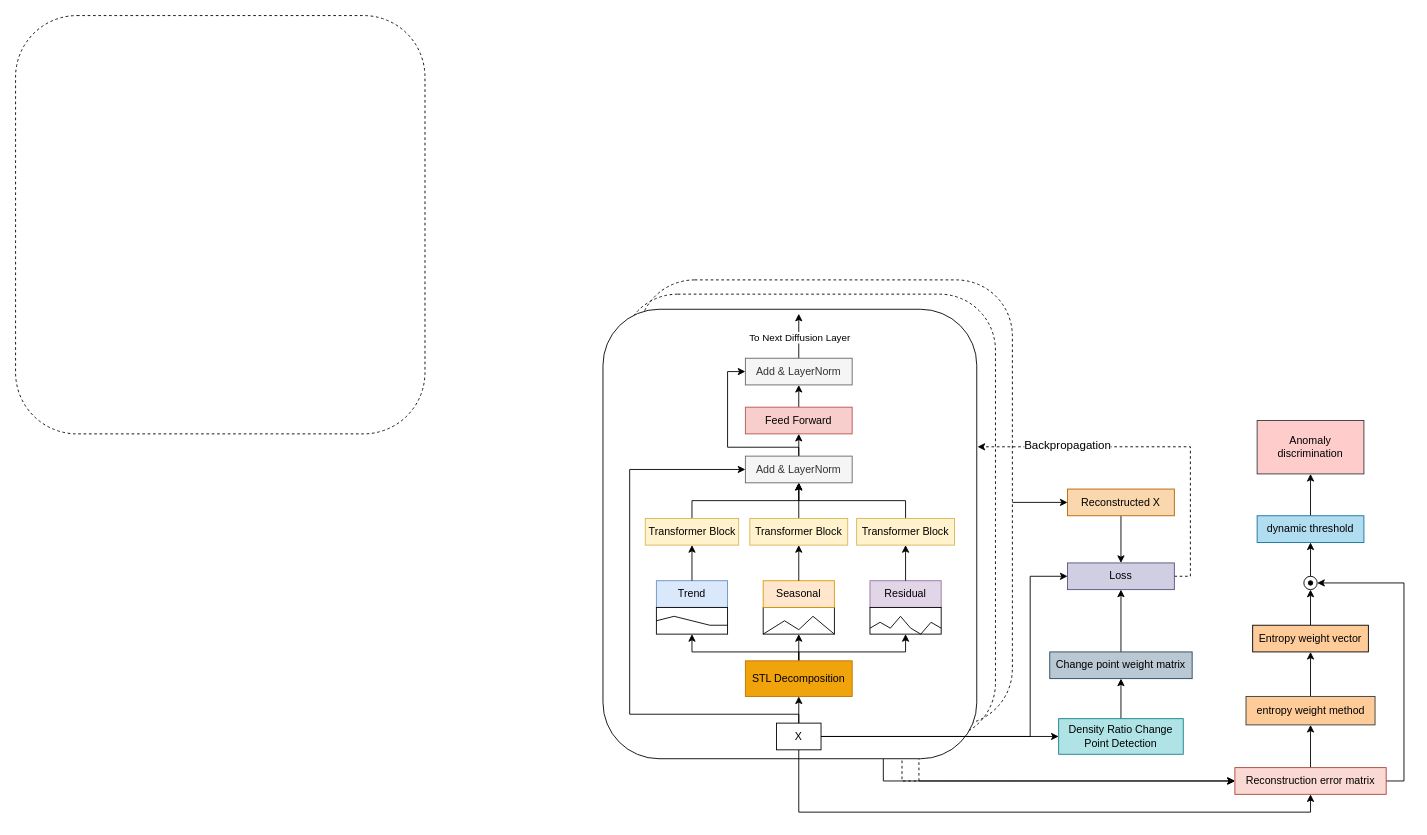
Before: thesis_expe3.drawio in KnightCheng4/Draw, a draw.io diagram. Source tidied: cells renumbered, new cells numbered last; positions are measured from the earlier drawing's top-left corner, leaving out a move shared by most shapes. Both pictures are drawn from the tidied source at 89%, with x=0, y=0 at pixel (15, 15).
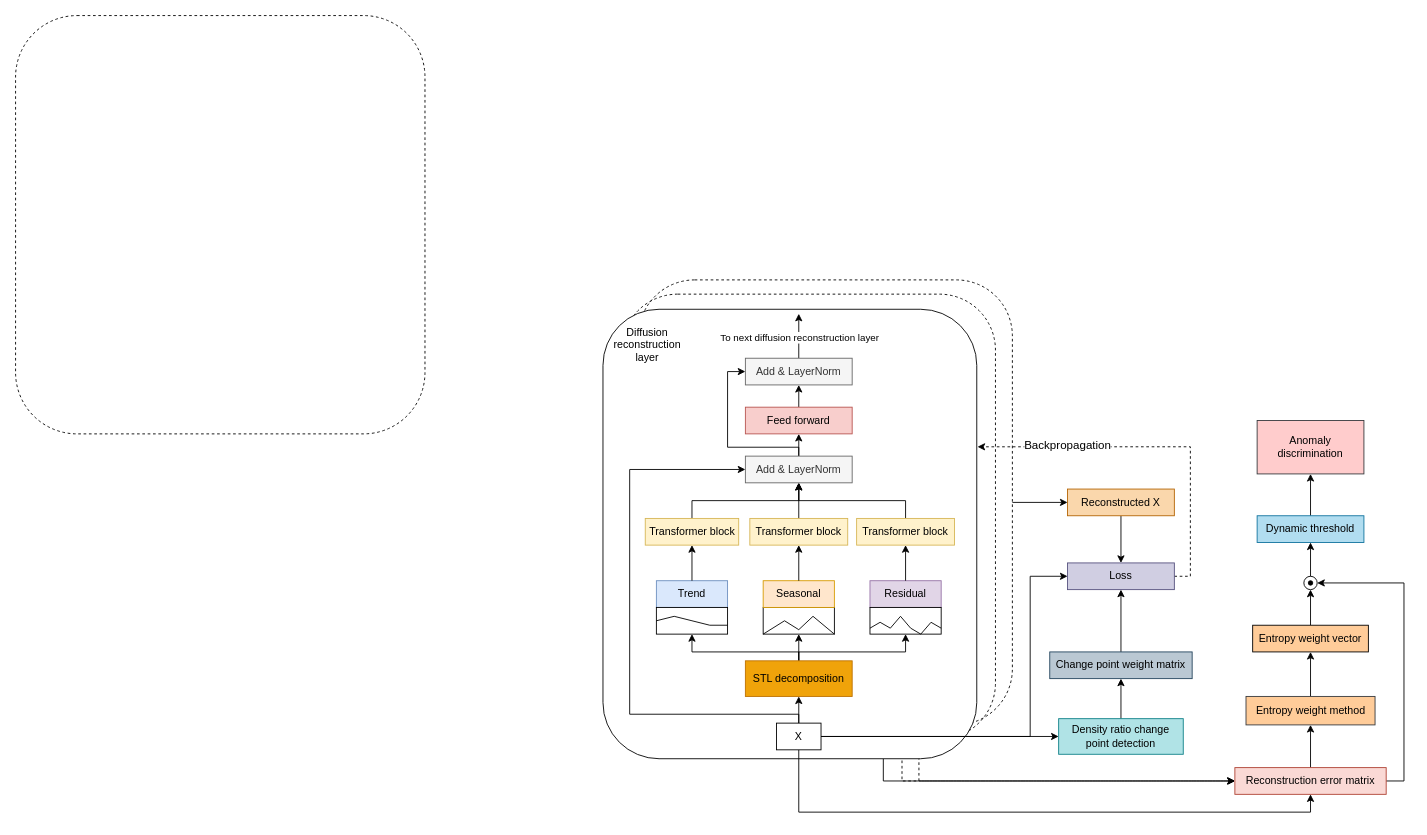
Above is the later version.

The change refers to these unchanged cells:
```xml
<mxCell id="34" style="edgeStyle=orthogonalEdgeStyle;rounded=0;jettySize=auto;html=1;exitX=0.5;exitY=0;exitDx=0;exitDy=0;" parent="1" edge="1" source="36">
  <mxGeometry relative="1" as="geometry">
    <mxPoint x="880" y="335" as="targetPoint" />
  </mxGeometry>
</mxCell>
```

What changed in the source:
```diff
@@
-    <mxCell id="18" value="STL Decomposition" style="rounded=0;whiteSpace=wrap;html=1;fillColor=#f0a30a;strokeColor=#BD7000;fontColor=#000000;" parent="1" vertex="1">
+    <mxCell id="18" value="STL decomposition" style="rounded=0;whiteSpace=wrap;html=1;fillColor=#f0a30a;strokeColor=#BD7000;fontColor=#000000;" parent="1" vertex="1">
       <mxGeometry x="820" y="725" width="120" height="40" as="geometry" />
     </mxCell>
@@
-    <mxCell id="20" value="Transformer Block" style="rounded=0;whiteSpace=wrap;html=1;fillColor=#fff2cc;strokeColor=#d6b656;" parent="1" vertex="1">
+    <mxCell id="20" value="Transformer block" style="rounded=0;whiteSpace=wrap;html=1;fillColor=#fff2cc;strokeColor=#d6b656;" parent="1" vertex="1">
       <mxGeometry x="707.5" y="565" width="105" height="30" as="geometry" />
     </mxCell>
@@
-    <mxCell id="22" value="Transformer Block" style="rounded=0;whiteSpace=wrap;html=1;fillColor=#fff2cc;strokeColor=#d6b656;" parent="1" vertex="1">
+    <mxCell id="22" value="Transformer block" style="rounded=0;whiteSpace=wrap;html=1;fillColor=#fff2cc;strokeColor=#d6b656;" parent="1" vertex="1">
       <mxGeometry x="825" y="565" width="110" height="30" as="geometry" />
     </mxCell>
@@
-    <mxCell id="24" value="Transformer Block" style="rounded=0;whiteSpace=wrap;html=1;fillColor=#fff2cc;strokeColor=#d6b656;" parent="1" vertex="1">
+    <mxCell id="24" value="Transformer block" style="rounded=0;whiteSpace=wrap;html=1;fillColor=#fff2cc;strokeColor=#d6b656;" parent="1" vertex="1">
       <mxGeometry x="945" y="565" width="110" height="30" as="geometry" />
     </mxCell>
@@
-    <mxCell id="29" value="Density Ratio Change Point Detection" style="rounded=0;whiteSpace=wrap;html=1;fillColor=#b0e3e6;strokeColor=#0e8088;" parent="1" vertex="1">
+    <mxCell id="29" value="Density ratio change point detection" style="rounded=0;whiteSpace=wrap;html=1;fillColor=#b0e3e6;strokeColor=#0e8088;" parent="1" vertex="1">
       <mxGeometry x="1172" y="790" width="140" height="40" as="geometry" />
     </mxCell>
@@
-    <mxCell id="33" value="Feed Forward" style="rounded=0;whiteSpace=wrap;html=1;fillColor=#f8cecc;strokeColor=#b85450;" parent="1" vertex="1">
+    <mxCell id="33" value="Feed forward" style="rounded=0;whiteSpace=wrap;html=1;fillColor=#f8cecc;strokeColor=#b85450;" parent="1" vertex="1">
       <mxGeometry x="820" y="440" width="120" height="30" as="geometry" />
     </mxCell>
@@
-    <mxCell id="35" value="To Next Diffusion Layer" style="edgeLabel;html=1;align=center;verticalAlign=middle;" parent="34" vertex="1">
+    <mxCell id="35" value="To next diffusion reconstruction layer" style="edgeLabel;html=1;align=center;verticalAlign=middle;" parent="34" vertex="1">
       <mxGeometry x="-0.06" relative="1" as="geometry" />
     </mxCell>
@@
-    <mxCell id="70" value="dynamic threshold" style="rounded=0;whiteSpace=wrap;html=1;fillColor=#b1ddf0;strokeColor=#10739e;" parent="1" vertex="1">
+    <mxCell id="70" value="Dynamic threshold" style="rounded=0;whiteSpace=wrap;html=1;fillColor=#b1ddf0;strokeColor=#10739e;" parent="1" vertex="1">
       <mxGeometry x="1395" y="562" width="120" height="30" as="geometry" />
     </mxCell>
@@
-    <mxCell id="72" value="entropy weight method" style="rounded=0;whiteSpace=wrap;html=1;fillColor=#ffcc99;strokeColor=#36393d;" parent="1" vertex="1">
+    <mxCell id="72" value="Entropy weight method" style="rounded=0;whiteSpace=wrap;html=1;fillColor=#ffcc99;strokeColor=#36393d;" parent="1" vertex="1">
       <mxGeometry x="1382.5" y="765" width="145" height="32" as="geometry" />
     </mxCell>
@@
+    <mxCell id="87" value="Diffusion reconstruction layer" style="text;html=1;align=center;verticalAlign=middle;whiteSpace=wrap;rounded=0;" parent="1" vertex="1">
+      <mxGeometry x="660" y="345" width="100" height="50" as="geometry" />
+    </mxCell>
```
